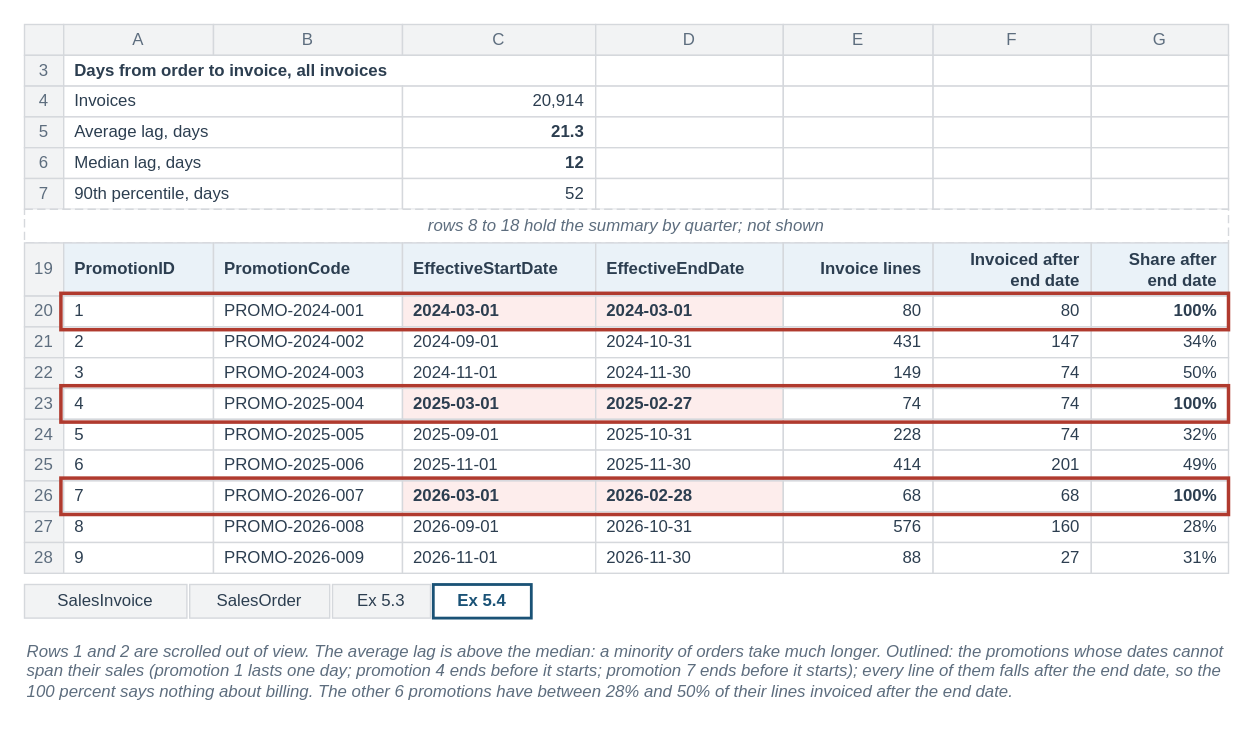
This is facts/instructor/figures/chapter-05-data-preparation/IF-05-4-A.drawio from mmcodesso/Accounting_Analytics_Book, a draw.io file, before an edit. Source tidied: cells renumbered, new cells numbered last; positions are measured from the earlier drawing's top-left corner, leaving out a move shared by most shapes. Both pictures are drawn from the tidied source at 140%, with x=0, y=0 at pixel (24, 24).
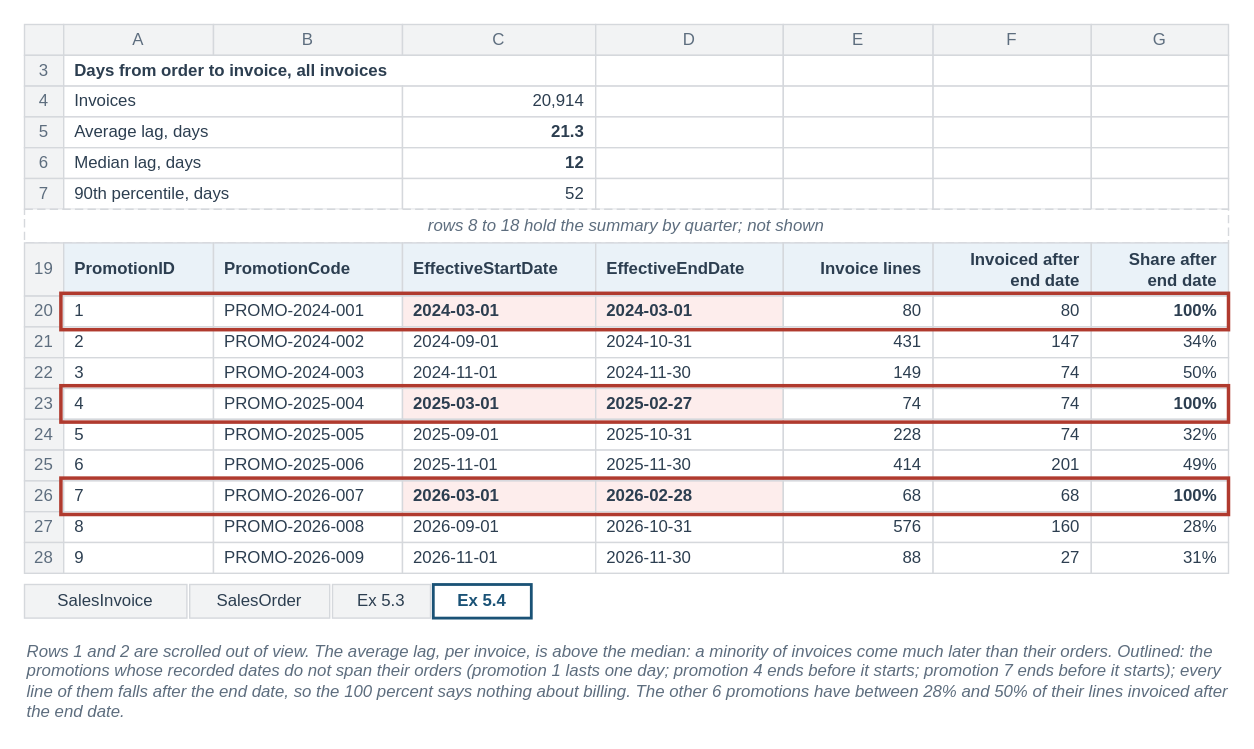
Above is the later version.

Diff of the diagram source:
```diff
@@
-    <mxCell id="130" value="&lt;i&gt;Rows 1 and 2 are scrolled out of view. The average lag is above the median: a minority of orders take much longer. Outlined: the promotions whose dates cannot span their sales (promotion 1 lasts one day; promotion 4 ends before it starts; promotion 7 ends before it starts); every line of them falls after the end date, so the 100 percent says nothing about billing. The other 6 promotions have between 28% and 50% of their lines invoiced after the end date.&lt;/i&gt;" style="text;html=1;whiteSpace=wrap;align=left;verticalAlign=top;fontSize=12;fontColor=#5D6D7E;fontStyle=0;fontFamily=Helvetica;spacing=2;fillColor=none;strokeColor=none;" parent="1" vertex="1">
+    <mxCell id="130" value="&lt;i&gt;Rows 1 and 2 are scrolled out of view. The average lag, per invoice, is above the median: a minority of invoices come much later than their orders. Outlined: the promotions whose recorded dates do not span their orders (promotion 1 lasts one day; promotion 4 ends before it starts; promotion 7 ends before it starts); every line of them falls after the end date, so the 100 percent says nothing about billing. The other 6 promotions have between 28% and 50% of their lines invoiced after the end date.&lt;/i&gt;" style="text;html=1;whiteSpace=wrap;align=left;verticalAlign=top;fontSize=12;fontColor=#5D6D7E;fontStyle=0;fontFamily=Helvetica;spacing=2;fillColor=none;strokeColor=none;" parent="1" vertex="1">
       <mxGeometry y="434" width="860" height="64" as="geometry" />
     </mxCell>
```
